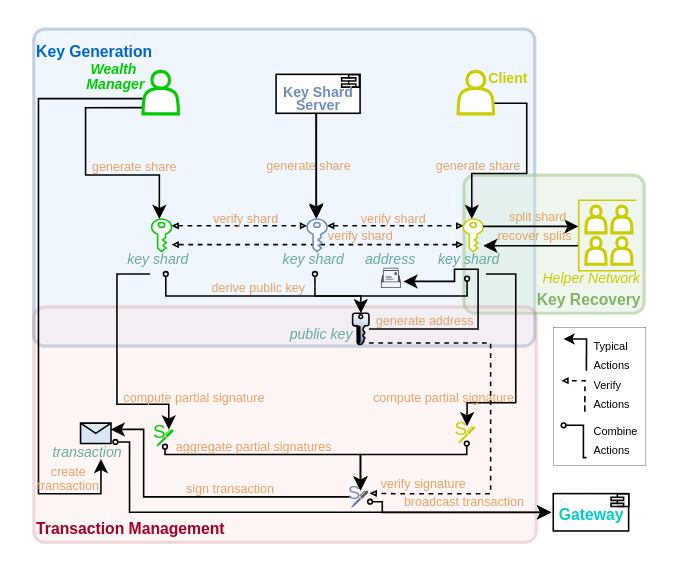
dlt-science/crypto-mpc-wallet-bloom keeps this draw.io diagram as page "txn-sign-tech" (4 of 13) of drawio-diagrams/wallet_architecture.drawio. Above is the earlier version. Source tidied: cells renumbered, new cells numbered last; positions are measured from the earlier drawing's top-left corner, leaving out a move shared by most shapes. Both pictures are drawn from the tidied source at 157%, with x=0, y=0 at pixel (33, 28).
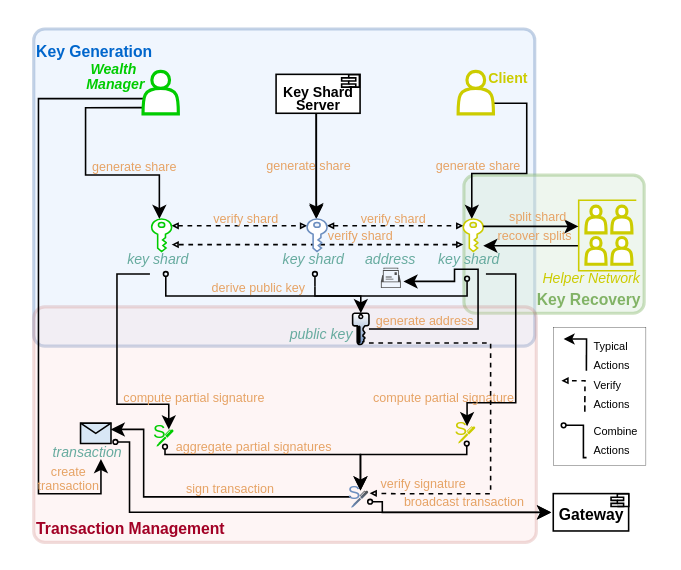
The same page after the edit.

What changed in the source:
```diff
@@
-    <mxCell id="17" value="&lt;font style=&quot;line-height: 0%; font-size: 9px;&quot;&gt;&lt;b style=&quot;&quot;&gt;&lt;font style=&quot;&quot; color=&quot;#6c8ebf&quot;&gt;Key&lt;/font&gt;&lt;font style=&quot;&quot; color=&quot;#0000ff&quot;&gt; &lt;/font&gt;&lt;font style=&quot;&quot; color=&quot;#6c8ebf&quot;&gt;Shard&lt;/font&gt;&lt;/b&gt;&lt;/font&gt;&lt;div style=&quot;line-height: 0%;&quot;&gt;&lt;font color=&quot;#6c8ebf&quot; style=&quot;font-size: 9px;&quot;&gt;&lt;b style=&quot;&quot;&gt;Server&lt;/b&gt;&lt;/font&gt;&lt;/div&gt;" style="rounded=0;whiteSpace=wrap;html=1;strokeColor=none;" parent="1" vertex="1">
+    <mxCell id="17" value="&lt;font style=&quot;line-height: 0%; font-size: 9px;&quot;&gt;&lt;b style=&quot;&quot;&gt;Key Shard&lt;/b&gt;&lt;/font&gt;&lt;div style=&quot;line-height: 0%;&quot;&gt;&lt;font style=&quot;font-size: 9px;&quot;&gt;&lt;b style=&quot;&quot;&gt;Server&lt;/b&gt;&lt;/font&gt;&lt;/div&gt;" style="rounded=0;whiteSpace=wrap;html=1;strokeColor=none;" parent="1" vertex="1">
       <mxGeometry x="155.8" y="41.8" width="51.3" height="0.9" as="geometry" />
     </mxCell>
@@
-    <mxCell id="79" value="&lt;font color=&quot;#00cccc&quot; size=&quot;1&quot;&gt;&lt;b style=&quot;&quot;&gt;Gateway&lt;/b&gt;&lt;/font&gt;" style="rounded=0;whiteSpace=wrap;html=1;strokeColor=none;" parent="1" vertex="1">
+    <mxCell id="79" value="&lt;font size=&quot;1&quot;&gt;&lt;b style=&quot;&quot;&gt;Gateway&lt;/b&gt;&lt;/font&gt;" style="rounded=0;whiteSpace=wrap;html=1;strokeColor=none;" parent="1" vertex="1">
       <mxGeometry x="334" y="308.8" width="43" height="0.9" as="geometry" />
     </mxCell>
```
